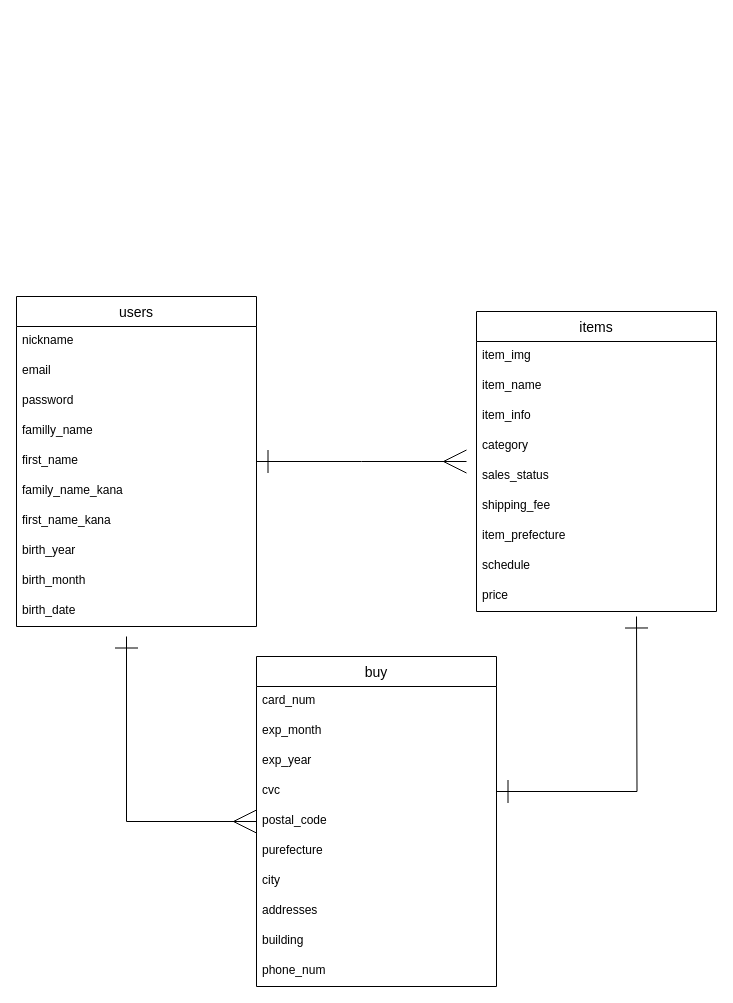
Earlier version of the draw.io diagram er.dio (kenta-oga/furima-32976). Source tidied: cells renumbered, new cells numbered last; positions are measured from the earlier drawing's top-left corner, leaving out a move shared by most shapes. Both pictures are drawn from the tidied source at 100%, with x=0, y=0 at pixel (16, 296).
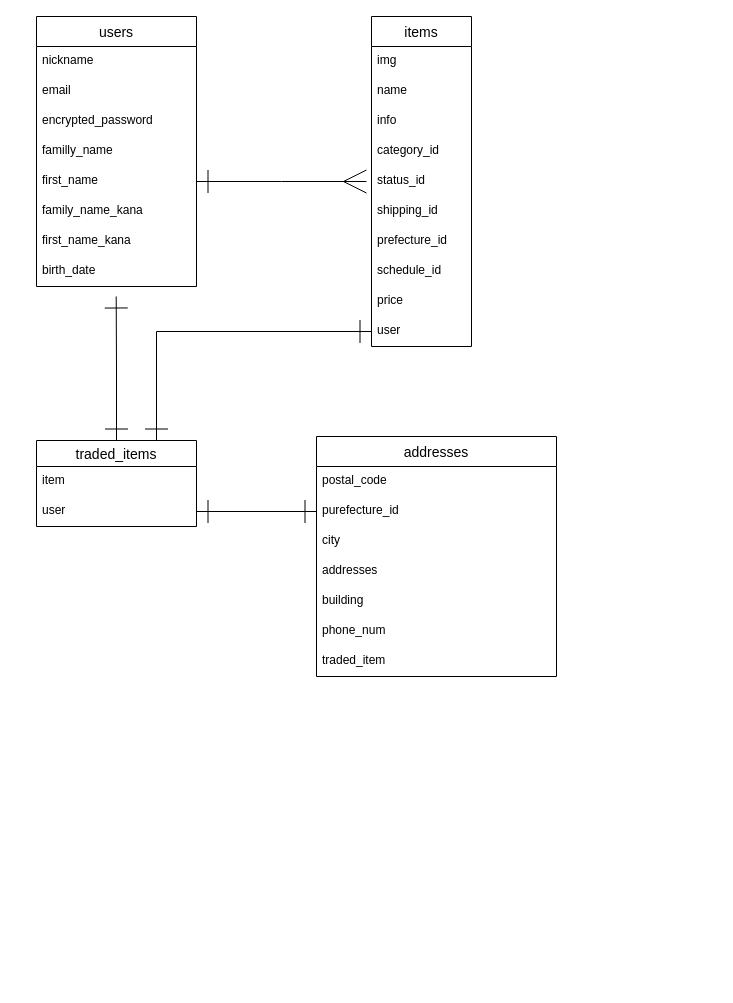
The same diagram, later.

Diff of the diagram source:
```diff
@@
     <mxCell id="2" value="users" style="swimlane;fontStyle=0;horizontal=1;startSize=30;align=center;fontSize=14;" parent="1" vertex="1">
-      <mxGeometry width="240" height="330" as="geometry" />
+      <mxGeometry x="20" y="-280" width="160" height="270" as="geometry" />
     </mxCell>
     <mxCell id="3" value="nickname" style="text;strokeColor=none;fillColor=none;spacingLeft=4;spacingRight=4;overflow=hidden;fontSize=12;" parent="2" vertex="1">
-      <mxGeometry y="30" width="240" height="30" as="geometry" />
+      <mxGeometry y="30" width="160" height="30" as="geometry" />
     </mxCell>
     <mxCell id="4" value="email" style="text;strokeColor=none;fillColor=none;spacingLeft=4;spacingRight=4;overflow=hidden;fontSize=12;" parent="2" vertex="1">
-      <mxGeometry y="60" width="240" height="30" as="geometry" />
+      <mxGeometry y="60" width="160" height="30" as="geometry" />
     </mxCell>
-    <mxCell id="5" value="password" style="text;strokeColor=none;fillColor=none;spacingLeft=4;spacingRight=4;overflow=hidden;fontSize=12;" parent="2" vertex="1">
-      <mxGeometry y="90" width="240" height="30" as="geometry" />
+    <mxCell id="5" value="encrypted_password" style="text;strokeColor=none;fillColor=none;spacingLeft=4;spacingRight=4;overflow=hidden;fontSize=12;" parent="2" vertex="1">
+      <mxGeometry y="90" width="160" height="30" as="geometry" />
     </mxCell>
     <mxCell id="6" value="familly_name" style="text;strokeColor=none;fillColor=none;spacingLeft=4;spacingRight=4;overflow=hidden;fontSize=12;" parent="2" vertex="1">
-      <mxGeometry y="120" width="240" height="30" as="geometry" />
+      <mxGeometry y="120" width="160" height="30" as="geometry" />
     </mxCell>
     <mxCell id="7" value="first_name" style="text;strokeColor=none;fillColor=none;spacingLeft=4;spacingRight=4;overflow=hidden;points=[[0,0.5],[1,0.5]];portConstraint=eastwest;fontSize=12;" parent="2" vertex="1">
-      <mxGeometry y="150" width="240" height="30" as="geometry" />
+      <mxGeometry y="150" width="160" height="30" as="geometry" />
     </mxCell>
     <mxCell id="8" value="family_name_kana" style="text;strokeColor=none;fillColor=none;spacingLeft=4;spacingRight=4;overflow=hidden;fontSize=12;" parent="2" vertex="1">
-      <mxGeometry y="180" width="240" height="30" as="geometry" />
+      <mxGeometry y="180" width="160" height="30" as="geometry" />
     </mxCell>
     <mxCell id="9" value="first_name_kana" style="text;strokeColor=none;fillColor=none;spacingLeft=4;spacingRight=4;overflow=hidden;fontSize=12;" parent="2" vertex="1">
-      <mxGeometry y="210" width="240" height="30" as="geometry" />
+      <mxGeometry y="210" width="160" height="30" as="geometry" />
     </mxCell>
-    <mxCell id="10" value="birth_year" style="text;strokeColor=none;fillColor=none;spacingLeft=4;spacingRight=4;overflow=hidden;fontSize=12;" parent="2" vertex="1">
-      <mxGeometry y="240" width="240" height="30" as="geometry" />
-    </mxCell>
-    <mxCell id="11" value="birth_month" style="text;strokeColor=none;fillColor=none;spacingLeft=4;spacingRight=4;overflow=hidden;fontSize=12;" parent="2" vertex="1">
-      <mxGeometry y="270" width="240" height="30" as="geometry" />
-    </mxCell>
     <mxCell id="12" value="birth_date" style="text;strokeColor=none;fillColor=none;spacingLeft=4;spacingRight=4;overflow=hidden;fontSize=12;" parent="2" vertex="1">
-      <mxGeometry y="300" width="240" height="30" as="geometry" />
+      <mxGeometry y="240" width="160" height="30" as="geometry" />
     </mxCell>
     <mxCell id="13" value="items" style="swimlane;fontStyle=0;horizontal=1;startSize=30;align=center;fontSize=14;" parent="1" vertex="1">
-      <mxGeometry x="460" y="15" width="240" height="300" as="geometry" />
+      <mxGeometry x="355" y="-280" width="100" height="330" as="geometry" />
     </mxCell>
-    <mxCell id="14" value="item_img" style="text;strokeColor=none;fillColor=none;spacingLeft=4;spacingRight=4;overflow=hidden;fontSize=12;" parent="13" vertex="1">
-      <mxGeometry y="30" width="240" height="30" as="geometry" />
+    <mxCell id="14" value="img" style="text;strokeColor=none;fillColor=none;spacingLeft=4;spacingRight=4;overflow=hidden;fontSize=12;" parent="13" vertex="1">
+      <mxGeometry y="30" width="100" height="30" as="geometry" />
     </mxCell>
-    <mxCell id="15" value="item_name" style="text;strokeColor=none;fillColor=none;spacingLeft=4;spacingRight=4;overflow=hidden;fontSize=12;" parent="13" vertex="1">
-      <mxGeometry y="60" width="240" height="30" as="geometry" />
+    <mxCell id="15" value="name" style="text;strokeColor=none;fillColor=none;spacingLeft=4;spacingRight=4;overflow=hidden;fontSize=12;" parent="13" vertex="1">
+      <mxGeometry y="60" width="100" height="30" as="geometry" />
     </mxCell>
-    <mxCell id="16" value="item_info" style="text;strokeColor=none;fillColor=none;spacingLeft=4;spacingRight=4;overflow=hidden;fontSize=12;" parent="13" vertex="1">
-      <mxGeometry y="90" width="240" height="30" as="geometry" />
+    <mxCell id="16" value="info" style="text;strokeColor=none;fillColor=none;spacingLeft=4;spacingRight=4;overflow=hidden;fontSize=12;" parent="13" vertex="1">
+      <mxGeometry y="90" width="100" height="30" as="geometry" />
     </mxCell>
-    <mxCell id="17" value="category" style="text;strokeColor=none;fillColor=none;spacingLeft=4;spacingRight=4;overflow=hidden;fontSize=12;" parent="13" vertex="1">
-      <mxGeometry y="120" width="240" height="30" as="geometry" />
+    <mxCell id="17" value="category_id" style="text;strokeColor=none;fillColor=none;spacingLeft=4;spacingRight=4;overflow=hidden;fontSize=12;" parent="13" vertex="1">
+      <mxGeometry y="120" width="100" height="30" as="geometry" />
     </mxCell>
-    <mxCell id="18" value="sales_status" style="text;strokeColor=none;fillColor=none;spacingLeft=4;spacingRight=4;overflow=hidden;fontSize=12;" parent="13" vertex="1">
-      <mxGeometry y="150" width="240" height="30" as="geometry" />
+    <mxCell id="18" value="status_id" style="text;strokeColor=none;fillColor=none;spacingLeft=4;spacingRight=4;overflow=hidden;fontSize=12;" parent="13" vertex="1">
+      <mxGeometry y="150" width="100" height="30" as="geometry" />
     </mxCell>
-    <mxCell id="19" value="shipping_fee" style="text;strokeColor=none;fillColor=none;spacingLeft=4;spacingRight=4;overflow=hidden;fontSize=12;" parent="13" vertex="1">
-      <mxGeometry y="180" width="240" height="30" as="geometry" />
+    <mxCell id="19" value="shipping_id" style="text;strokeColor=none;fillColor=none;spacingLeft=4;spacingRight=4;overflow=hidden;fontSize=12;" parent="13" vertex="1">
+      <mxGeometry y="180" width="100" height="30" as="geometry" />
     </mxCell>
-    <mxCell id="20" value="item_prefecture" style="text;strokeColor=none;fillColor=none;spacingLeft=4;spacingRight=4;overflow=hidden;fontSize=12;" parent="13" vertex="1">
-      <mxGeometry y="210" width="240" height="30" as="geometry" />
+    <mxCell id="20" value="prefecture_id" style="text;strokeColor=none;fillColor=none;spacingLeft=4;spacingRight=4;overflow=hidden;fontSize=12;" parent="13" vertex="1">
+      <mxGeometry y="210" width="100" height="30" as="geometry" />
     </mxCell>
-    <mxCell id="21" value="schedule" style="text;strokeColor=none;fillColor=none;spacingLeft=4;spacingRight=4;overflow=hidden;fontSize=12;" parent="13" vertex="1">
-      <mxGeometry y="240" width="240" height="30" as="geometry" />
+    <mxCell id="21" value="schedule_id" style="text;strokeColor=none;fillColor=none;spacingLeft=4;spacingRight=4;overflow=hidden;fontSize=12;" parent="13" vertex="1">
+      <mxGeometry y="240" width="100" height="30" as="geometry" />
     </mxCell>
+    <mxCell id="37" value="price" style="text;strokeColor=none;fillColor=none;spacingLeft=4;spacingRight=4;overflow=hidden;fontSize=12;" parent="13" vertex="1">
+      <mxGeometry y="270" width="100" height="30" as="geometry" />
+    </mxCell>
-    <mxCell id="22" value="price" style="text;strokeColor=none;fillColor=none;spacingLeft=4;spacingRight=4;overflow=hidden;points=[[0,0.5],[1,0.5]];portConstraint=eastwest;fontSize=12;" parent="13" vertex="1">
-      <mxGeometry y="270" width="240" height="30" as="geometry" />
+    <mxCell id="22" value="user" style="text;strokeColor=none;fillColor=none;spacingLeft=4;spacingRight=4;overflow=hidden;points=[[0,0.5],[1,0.5]];portConstraint=eastwest;fontSize=12;" parent="13" vertex="1">
+      <mxGeometry y="300" width="100" height="30" as="geometry" />
     </mxCell>
+    <mxCell id="34" style="edgeStyle=orthogonalEdgeStyle;rounded=0;jettySize=auto;html=1;endArrow=ERmany;endFill=0;startArrow=ERone;startFill=0;endSize=21;startSize=21;targetPerimeterSpacing=0;" parent="1" edge="1" source="7">
+      <mxGeometry relative="1" as="geometry">
+        <mxPoint x="350" y="-115" as="targetPoint" />
+      </mxGeometry>
+    </mxCell>
-    <mxCell id="23" value="buy" style="swimlane;fontStyle=0;horizontal=1;startSize=30;align=center;fontSize=14;" parent="1" vertex="1">
-      <mxGeometry x="240" y="360" width="240" height="330" as="geometry" />
+    <mxCell id="23" value="addresses" style="swimlane;fontStyle=0;horizontal=1;startSize=30;align=center;fontSize=14;" parent="1" vertex="1">
+      <mxGeometry x="300" y="140" width="240" height="240" as="geometry" />
     </mxCell>
-    <mxCell id="24" value="card_num" style="text;strokeColor=none;fillColor=none;spacingLeft=4;spacingRight=4;overflow=hidden;fontSize=12;" parent="23" vertex="1">
-      <mxGeometry y="30" width="240" height="30" as="geometry" />
-    </mxCell>
-    <mxCell id="25" value="exp_month" style="text;strokeColor=none;fillColor=none;spacingLeft=4;spacingRight=4;overflow=hidden;fontSize=12;" parent="23" vertex="1">
-      <mxGeometry y="60" width="240" height="30" as="geometry" />
-    </mxCell>
-    <mxCell id="26" value="exp_year" style="text;strokeColor=none;fillColor=none;spacingLeft=4;spacingRight=4;overflow=hidden;fontSize=12;" parent="23" vertex="1">
-      <mxGeometry y="90" width="240" height="30" as="geometry" />
-    </mxCell>
-    <mxCell id="27" value="cvc" style="text;strokeColor=none;fillColor=none;spacingLeft=4;spacingRight=4;overflow=hidden;points=[[0,0.5],[1,0.5]];portConstraint=eastwest;fontSize=12;" parent="23" vertex="1">
-      <mxGeometry y="120" width="240" height="30" as="geometry" />
-    </mxCell>
     <mxCell id="28" value="postal_code" style="text;strokeColor=none;fillColor=none;spacingLeft=4;spacingRight=4;overflow=hidden;points=[[0,0.5],[1,0.5]];portConstraint=eastwest;fontSize=12;" parent="23" vertex="1">
-      <mxGeometry y="150" width="240" height="30" as="geometry" />
+      <mxGeometry y="30" width="240" height="30" as="geometry" />
     </mxCell>
-    <mxCell id="29" value="purefecture" style="text;strokeColor=none;fillColor=none;spacingLeft=4;spacingRight=4;overflow=hidden;points=[[0,0.5],[1,0.5]];portConstraint=eastwest;fontSize=12;" parent="23" vertex="1">
-      <mxGeometry y="180" width="240" height="30" as="geometry" />
+    <mxCell id="29" value="purefecture_id" style="text;strokeColor=none;fillColor=none;spacingLeft=4;spacingRight=4;overflow=hidden;points=[[0,0.5],[1,0.5]];portConstraint=eastwest;fontSize=12;" parent="23" vertex="1">
+      <mxGeometry y="60" width="240" height="30" as="geometry" />
     </mxCell>
     <mxCell id="30" value="city" style="text;strokeColor=none;fillColor=none;spacingLeft=4;spacingRight=4;overflow=hidden;fontSize=12;" parent="23" vertex="1">
-      <mxGeometry y="210" width="240" height="30" as="geometry" />
+      <mxGeometry y="90" width="240" height="30" as="geometry" />
     </mxCell>
     <mxCell id="31" value="addresses" style="text;strokeColor=none;fillColor=none;spacingLeft=4;spacingRight=4;overflow=hidden;fontSize=12;" parent="23" vertex="1">
-      <mxGeometry y="240" width="240" height="30" as="geometry" />
+      <mxGeometry y="120" width="240" height="30" as="geometry" />
     </mxCell>
     <mxCell id="32" value="building" style="text;strokeColor=none;fillColor=none;spacingLeft=4;spacingRight=4;overflow=hidden;fontSize=12;" parent="23" vertex="1">
-      <mxGeometry y="270" width="240" height="30" as="geometry" />
+      <mxGeometry y="150" width="240" height="30" as="geometry" />
     </mxCell>
+    <mxCell id="38" value="phone_num" style="text;strokeColor=none;fillColor=none;spacingLeft=4;spacingRight=4;overflow=hidden;fontSize=12;" parent="23" vertex="1">
+      <mxGeometry y="180" width="240" height="30" as="geometry" />
+    </mxCell>
-    <mxCell id="33" value="phone_num" style="text;strokeColor=none;fillColor=none;spacingLeft=4;spacingRight=4;overflow=hidden;fontSize=12;" parent="23" vertex="1">
-      <mxGeometry y="300" width="240" height="30" as="geometry" />
+    <mxCell id="33" value="traded_item" style="text;strokeColor=none;fillColor=none;spacingLeft=4;spacingRight=4;overflow=hidden;fontSize=12;" parent="23" vertex="1">
+      <mxGeometry y="210" width="240" height="30" as="geometry" />
     </mxCell>
-    <mxCell id="34" style="edgeStyle=orthogonalEdgeStyle;rounded=0;jettySize=auto;html=1;endArrow=ERmany;endFill=0;startArrow=ERone;startFill=0;endSize=21;startSize=21;targetPerimeterSpacing=0;" parent="1" edge="1" source="7">
-      <mxGeometry relative="1" as="geometry">
-        <mxPoint x="450" y="165" as="targetPoint" />
-      </mxGeometry>
-    </mxCell>
-    <mxCell id="35" style="edgeStyle=orthogonalEdgeStyle;rounded=0;jettySize=auto;html=1;endArrow=ERone;endFill=0;startArrow=ERmany;startFill=0;endSize=21;startSize=21;" parent="1" edge="1" source="28">
-      <mxGeometry relative="1" as="geometry">
-        <mxPoint x="110" y="340" as="targetPoint" />
-        <Array as="points">
-          <mxPoint x="110" y="525" />
-        </Array>
-      </mxGeometry>
-    </mxCell>
-    <mxCell id="36" style="edgeStyle=orthogonalEdgeStyle;rounded=0;jettySize=auto;html=1;endArrow=ERone;endFill=0;startArrow=ERone;startFill=0;endSize=21;startSize=21;" parent="1" edge="1" source="27">
-      <mxGeometry relative="1" as="geometry">
-        <mxPoint x="620" y="320" as="targetPoint" />
-      </mxGeometry>
-    </mxCell>
+    <mxCell id="39" style="edgeStyle=orthogonalEdgeStyle;rounded=0;jettySize=auto;html=1;exitX=0.5;exitY=0;exitDx=0;exitDy=0;startArrow=ERone;startFill=0;startSize=21;endArrow=ERone;endFill=0;endSize=21;targetPerimeterSpacing=0;" parent="1" edge="1" source="41">
+      <mxGeometry relative="1" as="geometry">
+        <mxPoint x="99.7" as="targetPoint" />
+      </mxGeometry>
+    </mxCell>
+    <mxCell id="40" style="edgeStyle=orthogonalEdgeStyle;rounded=0;jettySize=auto;html=1;exitX=0.75;exitY=0;exitDx=0;exitDy=0;entryX=0;entryY=0.5;entryDx=0;entryDy=0;startArrow=ERone;startFill=0;startSize=21;endArrow=ERone;endFill=0;endSize=21;targetPerimeterSpacing=0;" parent="1" edge="1" source="41" target="22">
+      <mxGeometry relative="1" as="geometry" />
+    </mxCell>
+    <mxCell id="41" value="traded_items" style="swimlane;fontStyle=0;horizontal=1;startSize=26;align=center;fontSize=14;" parent="1" vertex="1">
+      <mxGeometry x="20" y="144" width="160" height="86" as="geometry" />
+    </mxCell>
+    <mxCell id="42" value="item" style="text;strokeColor=none;fillColor=none;spacingLeft=4;spacingRight=4;overflow=hidden;fontSize=12;" parent="41" vertex="1">
+      <mxGeometry y="26" width="160" height="30" as="geometry" />
+    </mxCell>
+    <mxCell id="43" value="user" style="text;strokeColor=none;fillColor=none;spacingLeft=4;spacingRight=4;overflow=hidden;points=[[0,0.5],[1,0.5]];portConstraint=eastwest;fontSize=12;" parent="41" vertex="1">
+      <mxGeometry y="56" width="160" height="30" as="geometry" />
+    </mxCell>
+    <mxCell id="44" style="edgeStyle=orthogonalEdgeStyle;rounded=0;jettySize=auto;html=1;exitX=1;exitY=0.5;exitDx=0;exitDy=0;entryX=0;entryY=0.5;entryDx=0;entryDy=0;startArrow=ERone;startFill=0;startSize=21;endArrow=ERone;endFill=0;endSize=21;targetPerimeterSpacing=0;" parent="1" edge="1" source="43" target="29">
+      <mxGeometry relative="1" as="geometry" />
+    </mxCell>
```
